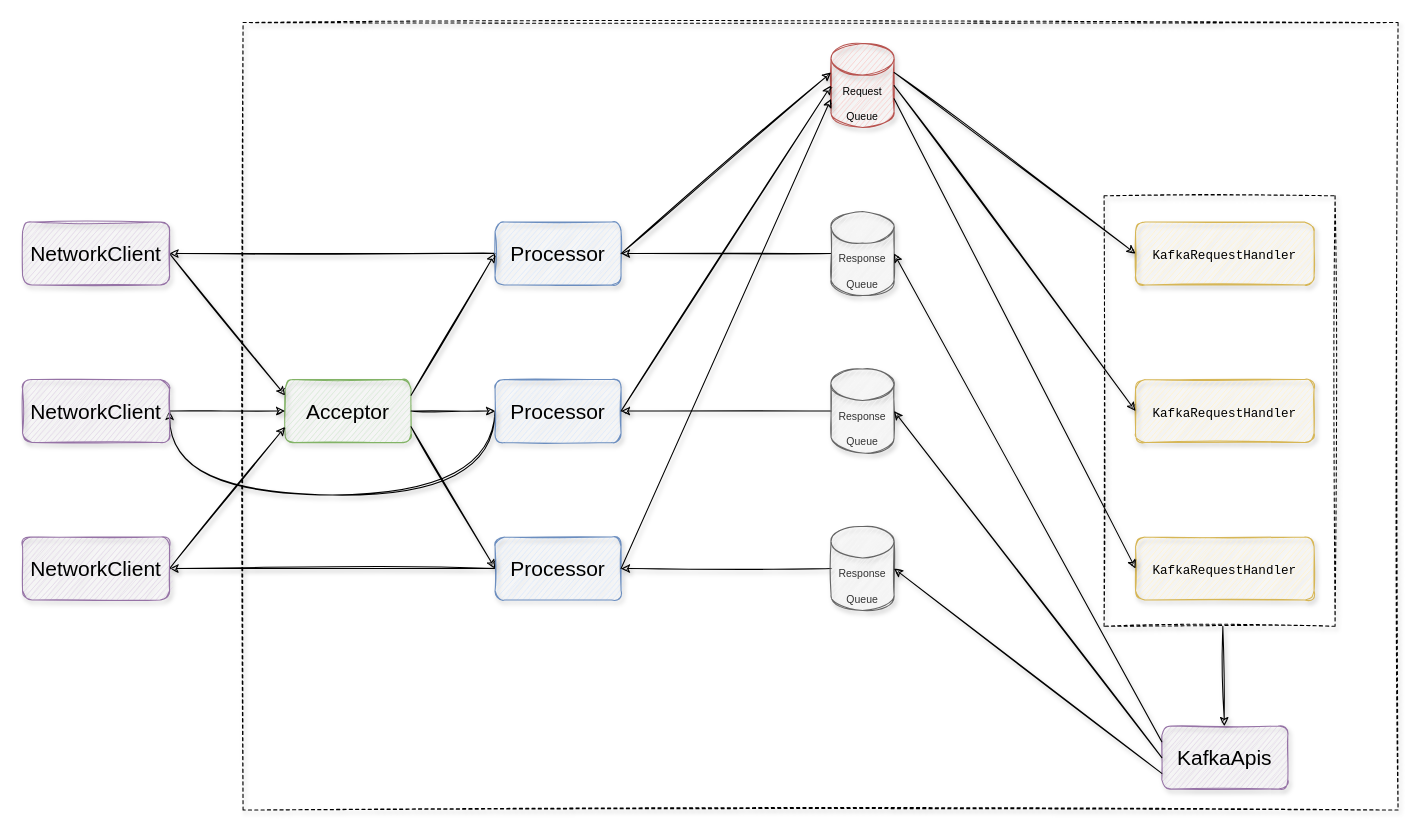
Earlier version of the draw.io diagram page "网络处理模型" (4 of 6) of insight/Kafka.drawio (chuyuqiao/awesome-kafka). Source tidied: cells renumbered, new cells numbered last; positions are measured from the earlier drawing's top-left corner, leaving out a move shared by most shapes. Both pictures are drawn from the tidied source at 105%, with x=0, y=0 at pixel (22, 22).
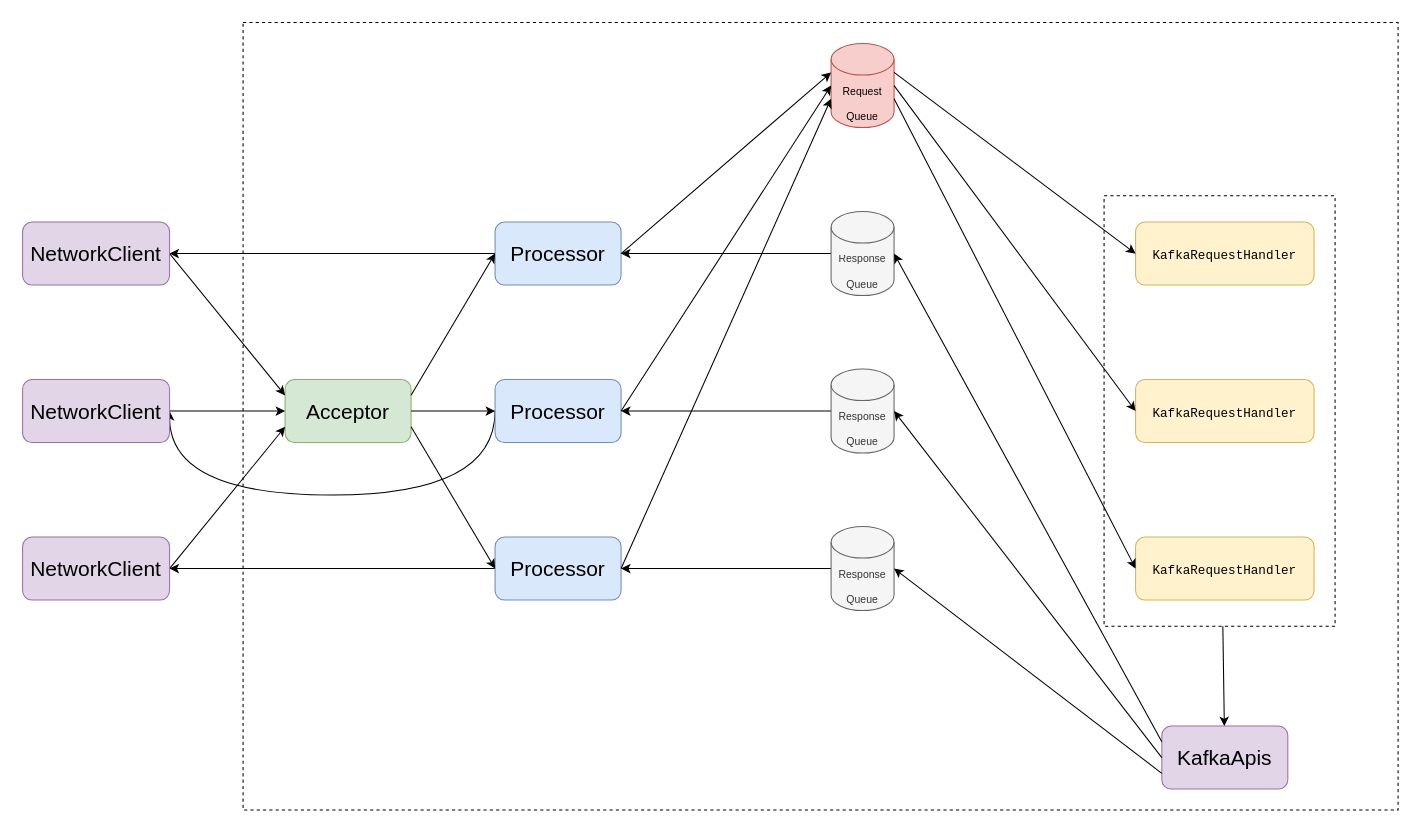
The same diagram, later.

What changed in the source:
```diff
@@
-    <mxCell id="2" style="rounded=0;whiteSpace=wrap;html=1;shadow=1;strokeColor=#000000;fillColor=none;fontSize=20;dashed=1;sketch=1;" parent="1" vertex="1">
+    <mxCell id="2" style="rounded=0;whiteSpace=wrap;html=1;shadow=0;strokeColor=#000000;fillColor=none;fontSize=20;dashed=1;sketch=0;" parent="1" vertex="1">
       <mxGeometry x="210" width="1100" height="750" as="geometry" />
     </mxCell>
-    <mxCell id="3" value="Acceptor" style="rounded=1;whiteSpace=wrap;html=1;shadow=1;strokeColor=#82b366;fillColor=#d5e8d4;fontSize=20;sketch=1;" parent="1" vertex="1">
+    <mxCell id="3" value="Acceptor" style="rounded=1;whiteSpace=wrap;html=1;shadow=0;strokeColor=#82b366;fillColor=#d5e8d4;fontSize=20;sketch=0;" parent="1" vertex="1">
       <mxGeometry x="250" y="340" width="120" height="60" as="geometry" />
     </mxCell>
-    <mxCell id="4" style="edgeStyle=orthogonalEdgeStyle;rounded=0;sketch=1;jettySize=auto;html=1;exitX=0;exitY=0.5;exitDx=0;exitDy=0;entryX=1;entryY=0.5;entryDx=0;entryDy=0;shadow=1;fontSize=20;curved=1;" parent="1" edge="1" source="5" target="38">
+    <mxCell id="4" style="edgeStyle=orthogonalEdgeStyle;rounded=0;sketch=0;jettySize=auto;html=1;exitX=0;exitY=0.5;exitDx=0;exitDy=0;entryX=1;entryY=0.5;entryDx=0;entryDy=0;shadow=0;fontSize=20;curved=1;" parent="1" edge="1" source="5" target="38">
       <mxGeometry relative="1" as="geometry">
         <Array as="points">
           <mxPoint x="450" y="450" />
           <mxPoint x="140" y="450" />
         </Array>
       </mxGeometry>
     </mxCell>
-    <mxCell id="5" value="&lt;span&gt;Processor&lt;/span&gt;" style="whiteSpace=wrap;html=1;rounded=1;shadow=1;fontSize=20;strokeColor=#6c8ebf;fillColor=#dae8fc;sketch=1;" parent="1" vertex="1">
+    <mxCell id="5" value="&lt;span&gt;Processor&lt;/span&gt;" style="whiteSpace=wrap;html=1;rounded=1;shadow=0;fontSize=20;strokeColor=#6c8ebf;fillColor=#dae8fc;sketch=0;" parent="1" vertex="1">
       <mxGeometry x="450" y="340" width="120" height="60" as="geometry" />
     </mxCell>
-    <mxCell id="6" style="edgeStyle=none;rounded=0;sketch=1;jettySize=auto;html=1;shadow=1;fontSize=20;" parent="1" edge="1" source="3" target="5">
+    <mxCell id="6" style="edgeStyle=none;rounded=0;sketch=0;jettySize=auto;html=1;shadow=0;fontSize=20;" parent="1" edge="1" source="3" target="5">
       <mxGeometry x="260" y="190" as="geometry" />
     </mxCell>
-    <mxCell id="7" style="edgeStyle=orthogonalEdgeStyle;rounded=0;sketch=1;jettySize=auto;html=1;exitX=0;exitY=0.5;exitDx=0;exitDy=0;shadow=1;fontSize=20;curved=1;" parent="1" edge="1" source="8" target="36">
+    <mxCell id="7" style="edgeStyle=orthogonalEdgeStyle;rounded=0;sketch=0;jettySize=auto;html=1;exitX=0;exitY=0.5;exitDx=0;exitDy=0;shadow=0;fontSize=20;curved=1;" parent="1" edge="1" source="8" target="36">
       <mxGeometry relative="1" as="geometry" />
     </mxCell>
-    <mxCell id="8" value="Processor" style="whiteSpace=wrap;html=1;rounded=1;shadow=1;fontSize=20;strokeColor=#6c8ebf;fillColor=#dae8fc;sketch=1;" parent="1" vertex="1">
+    <mxCell id="8" value="Processor" style="whiteSpace=wrap;html=1;rounded=1;shadow=0;fontSize=20;strokeColor=#6c8ebf;fillColor=#dae8fc;sketch=0;" parent="1" vertex="1">
       <mxGeometry x="450" y="190" width="120" height="60" as="geometry" />
     </mxCell>
-    <mxCell id="9" style="edgeStyle=none;rounded=0;sketch=1;jettySize=auto;html=1;exitX=1;exitY=0.25;exitDx=0;exitDy=0;entryX=0;entryY=0.5;entryDx=0;entryDy=0;shadow=1;fontSize=20;" parent="1" edge="1" source="3" target="8">
+    <mxCell id="9" style="edgeStyle=none;rounded=0;sketch=0;jettySize=auto;html=1;exitX=1;exitY=0.25;exitDx=0;exitDy=0;entryX=0;entryY=0.5;entryDx=0;entryDy=0;shadow=0;fontSize=20;" parent="1" edge="1" source="3" target="8">
       <mxGeometry x="260" y="190" as="geometry" />
     </mxCell>
-    <mxCell id="10" style="edgeStyle=none;rounded=0;sketch=1;jettySize=auto;html=1;exitX=0;exitY=0.5;exitDx=0;exitDy=0;shadow=1;fontSize=20;" parent="1" edge="1" source="11" target="40">
+    <mxCell id="10" style="edgeStyle=none;rounded=0;sketch=0;jettySize=auto;html=1;exitX=0;exitY=0.5;exitDx=0;exitDy=0;shadow=0;fontSize=20;" parent="1" edge="1" source="11" target="40">
       <mxGeometry relative="1" as="geometry" />
     </mxCell>
-    <mxCell id="11" value="&lt;span&gt;Processor&lt;/span&gt;" style="whiteSpace=wrap;html=1;rounded=1;shadow=1;fontSize=20;strokeColor=#6c8ebf;fillColor=#dae8fc;sketch=1;" parent="1" vertex="1">
+    <mxCell id="11" value="&lt;span&gt;Processor&lt;/span&gt;" style="whiteSpace=wrap;html=1;rounded=1;shadow=0;fontSize=20;strokeColor=#6c8ebf;fillColor=#dae8fc;sketch=0;" parent="1" vertex="1">
       <mxGeometry x="450" y="490" width="120" height="60" as="geometry" />
     </mxCell>
-    <mxCell id="12" style="edgeStyle=none;rounded=0;sketch=1;jettySize=auto;html=1;exitX=1;exitY=0.75;exitDx=0;exitDy=0;entryX=0;entryY=0.5;entryDx=0;entryDy=0;shadow=1;fontSize=20;" parent="1" edge="1" source="3" target="11">
+    <mxCell id="12" style="edgeStyle=none;rounded=0;sketch=0;jettySize=auto;html=1;exitX=1;exitY=0.75;exitDx=0;exitDy=0;entryX=0;entryY=0.5;entryDx=0;entryDy=0;shadow=0;fontSize=20;" parent="1" edge="1" source="3" target="11">
       <mxGeometry x="260" y="190" as="geometry" />
     </mxCell>
-    <mxCell id="13" value="&lt;font style=&quot;font-size: 10px&quot;&gt;Request&lt;br&gt;Queue&lt;/font&gt;" style="shape=cylinder3;whiteSpace=wrap;html=1;boundedLbl=1;backgroundOutline=1;size=15;rounded=0;shadow=1;strokeColor=#b85450;fillColor=#f8cecc;fontSize=20;sketch=1;" parent="1" vertex="1">
+    <mxCell id="13" value="&lt;font style=&quot;font-size: 10px&quot;&gt;Request&lt;br&gt;Queue&lt;/font&gt;" style="shape=cylinder3;whiteSpace=wrap;html=1;boundedLbl=1;backgroundOutline=1;size=15;rounded=0;shadow=0;strokeColor=#b85450;fillColor=#f8cecc;fontSize=20;sketch=0;" parent="1" vertex="1">
       <mxGeometry x="770" y="20" width="60" height="80" as="geometry" />
     </mxCell>
-    <mxCell id="14" style="edgeStyle=none;rounded=0;sketch=1;jettySize=auto;html=1;exitX=1;exitY=0.5;exitDx=0;exitDy=0;entryX=0;entryY=0.5;entryDx=0;entryDy=0;entryPerimeter=0;shadow=1;fontSize=20;" parent="1" edge="1" source="5" target="13">
+    <mxCell id="14" style="edgeStyle=none;rounded=0;sketch=0;jettySize=auto;html=1;exitX=1;exitY=0.5;exitDx=0;exitDy=0;entryX=0;entryY=0.5;entryDx=0;entryDy=0;entryPerimeter=0;shadow=0;fontSize=20;" parent="1" edge="1" source="5" target="13">
       <mxGeometry x="260" y="190" as="geometry" />
     </mxCell>
-    <mxCell id="15" style="edgeStyle=none;rounded=0;sketch=1;jettySize=auto;html=1;exitX=1;exitY=0.5;exitDx=0;exitDy=0;entryX=0;entryY=0;entryDx=0;entryDy=27.5;entryPerimeter=0;shadow=1;fontSize=20;" parent="1" edge="1" source="8" target="13">
+    <mxCell id="15" style="edgeStyle=none;rounded=0;sketch=0;jettySize=auto;html=1;exitX=1;exitY=0.5;exitDx=0;exitDy=0;entryX=0;entryY=0;entryDx=0;entryDy=27.5;entryPerimeter=0;shadow=0;fontSize=20;" parent="1" edge="1" source="8" target="13">
       <mxGeometry x="260" y="190" as="geometry" />
     </mxCell>
-    <mxCell id="16" style="edgeStyle=none;rounded=0;sketch=1;jettySize=auto;html=1;exitX=1;exitY=0.5;exitDx=0;exitDy=0;shadow=1;fontSize=20;entryX=0;entryY=0;entryDx=0;entryDy=52.5;entryPerimeter=0;" parent="1" edge="1" source="11" target="13">
+    <mxCell id="16" style="edgeStyle=none;rounded=0;sketch=0;jettySize=auto;html=1;exitX=1;exitY=0.5;exitDx=0;exitDy=0;shadow=0;fontSize=20;entryX=0;entryY=0;entryDx=0;entryDy=52.5;entryPerimeter=0;" parent="1" edge="1" source="11" target="13">
       <mxGeometry x="260" y="190" as="geometry" />
     </mxCell>
-    <mxCell id="17" value="&lt;pre style=&quot;color: rgb(8 , 8 , 8) ; font-family: &amp;#34;jetbrains mono&amp;#34; , monospace&quot;&gt;&lt;span style=&quot;color: rgb(0 , 0 , 0)&quot;&gt;&lt;font style=&quot;font-size: 12px&quot;&gt;KafkaRequestHandler&lt;/font&gt;&lt;/span&gt;&lt;/pre&gt;" style="rounded=1;whiteSpace=wrap;html=1;shadow=1;strokeColor=#d6b656;fillColor=#fff2cc;fontSize=20;sketch=1;" parent="1" vertex="1">
+    <mxCell id="17" value="&lt;pre style=&quot;color: rgb(8 , 8 , 8) ; font-family: &amp;#34;jetbrains mono&amp;#34; , monospace&quot;&gt;&lt;span style=&quot;color: rgb(0 , 0 , 0)&quot;&gt;&lt;font style=&quot;font-size: 12px&quot;&gt;KafkaRequestHandler&lt;/font&gt;&lt;/span&gt;&lt;/pre&gt;" style="rounded=1;whiteSpace=wrap;html=1;shadow=0;strokeColor=#d6b656;fillColor=#fff2cc;fontSize=20;sketch=0;" parent="1" vertex="1">
       <mxGeometry x="1060" y="190" width="170" height="60" as="geometry" />
     </mxCell>
-    <mxCell id="18" style="edgeStyle=none;rounded=0;sketch=1;jettySize=auto;html=1;exitX=1;exitY=0;exitDx=0;exitDy=27.5;exitPerimeter=0;entryX=0;entryY=0.5;entryDx=0;entryDy=0;shadow=1;fontSize=20;" parent="1" edge="1" source="13" target="17">
+    <mxCell id="18" style="edgeStyle=none;rounded=0;sketch=0;jettySize=auto;html=1;exitX=1;exitY=0;exitDx=0;exitDy=27.5;exitPerimeter=0;entryX=0;entryY=0.5;entryDx=0;entryDy=0;shadow=0;fontSize=20;" parent="1" edge="1" source="13" target="17">
       <mxGeometry x="260" y="190" as="geometry" />
     </mxCell>
-    <mxCell id="19" value="&lt;pre style=&quot;color: rgb(8 , 8 , 8) ; font-family: &amp;#34;jetbrains mono&amp;#34; , monospace&quot;&gt;&lt;span style=&quot;color: rgb(0 , 0 , 0)&quot;&gt;&lt;font style=&quot;font-size: 12px&quot;&gt;KafkaRequestHandler&lt;/font&gt;&lt;/span&gt;&lt;/pre&gt;" style="rounded=1;whiteSpace=wrap;html=1;shadow=1;strokeColor=#d6b656;fillColor=#fff2cc;fontSize=20;sketch=1;" parent="1" vertex="1">
+    <mxCell id="19" value="&lt;pre style=&quot;color: rgb(8 , 8 , 8) ; font-family: &amp;#34;jetbrains mono&amp;#34; , monospace&quot;&gt;&lt;span style=&quot;color: rgb(0 , 0 , 0)&quot;&gt;&lt;font style=&quot;font-size: 12px&quot;&gt;KafkaRequestHandler&lt;/font&gt;&lt;/span&gt;&lt;/pre&gt;" style="rounded=1;whiteSpace=wrap;html=1;shadow=0;strokeColor=#d6b656;fillColor=#fff2cc;fontSize=20;sketch=0;" parent="1" vertex="1">
       <mxGeometry x="1060" y="340" width="170" height="60" as="geometry" />
     </mxCell>
-    <mxCell id="20" style="edgeStyle=none;rounded=0;sketch=1;jettySize=auto;html=1;exitX=1;exitY=0.5;exitDx=0;exitDy=0;exitPerimeter=0;entryX=0;entryY=0.5;entryDx=0;entryDy=0;shadow=1;fontSize=20;" parent="1" edge="1" source="13" target="19">
+    <mxCell id="20" style="edgeStyle=none;rounded=0;sketch=0;jettySize=auto;html=1;exitX=1;exitY=0.5;exitDx=0;exitDy=0;exitPerimeter=0;entryX=0;entryY=0.5;entryDx=0;entryDy=0;shadow=0;fontSize=20;" parent="1" edge="1" source="13" target="19">
       <mxGeometry x="260" y="190" as="geometry" />
     </mxCell>
-    <mxCell id="21" value="&lt;pre style=&quot;color: rgb(8 , 8 , 8) ; font-family: &amp;#34;jetbrains mono&amp;#34; , monospace&quot;&gt;&lt;span style=&quot;color: rgb(0 , 0 , 0)&quot;&gt;&lt;font style=&quot;font-size: 12px&quot;&gt;KafkaRequestHandler&lt;/font&gt;&lt;/span&gt;&lt;/pre&gt;" style="rounded=1;whiteSpace=wrap;html=1;shadow=1;strokeColor=#d6b656;fillColor=#fff2cc;fontSize=20;sketch=1;" parent="1" vertex="1">
+    <mxCell id="21" value="&lt;pre style=&quot;color: rgb(8 , 8 , 8) ; font-family: &amp;#34;jetbrains mono&amp;#34; , monospace&quot;&gt;&lt;span style=&quot;color: rgb(0 , 0 , 0)&quot;&gt;&lt;font style=&quot;font-size: 12px&quot;&gt;KafkaRequestHandler&lt;/font&gt;&lt;/span&gt;&lt;/pre&gt;" style="rounded=1;whiteSpace=wrap;html=1;shadow=0;strokeColor=#d6b656;fillColor=#fff2cc;fontSize=20;sketch=0;" parent="1" vertex="1">
       <mxGeometry x="1060" y="490" width="170" height="60" as="geometry" />
     </mxCell>
-    <mxCell id="22" style="edgeStyle=none;rounded=0;sketch=1;jettySize=auto;html=1;exitX=1;exitY=0;exitDx=0;exitDy=52.5;exitPerimeter=0;entryX=0;entryY=0.5;entryDx=0;entryDy=0;shadow=1;fontSize=20;" parent="1" edge="1" source="13" target="21">
+    <mxCell id="22" style="edgeStyle=none;rounded=0;sketch=0;jettySize=auto;html=1;exitX=1;exitY=0;exitDx=0;exitDy=52.5;exitPerimeter=0;entryX=0;entryY=0.5;entryDx=0;entryDy=0;shadow=0;fontSize=20;" parent="1" edge="1" source="13" target="21">
       <mxGeometry x="260" y="190" as="geometry" />
     </mxCell>
-    <mxCell id="23" style="rounded=0;whiteSpace=wrap;html=1;shadow=1;strokeColor=#000000;fillColor=none;fontSize=20;dashed=1;sketch=1;" parent="1" vertex="1">
+    <mxCell id="23" style="rounded=0;whiteSpace=wrap;html=1;shadow=0;strokeColor=#000000;fillColor=none;fontSize=20;dashed=1;sketch=0;" parent="1" vertex="1">
       <mxGeometry x="1030" y="165" width="220" height="410" as="geometry" />
     </mxCell>
-    <mxCell id="24" value="KafkaApis" style="rounded=1;whiteSpace=wrap;html=1;shadow=1;strokeColor=#9673a6;fillColor=#e1d5e7;fontSize=20;sketch=1;" parent="1" vertex="1">
+    <mxCell id="24" value="KafkaApis" style="rounded=1;whiteSpace=wrap;html=1;shadow=0;strokeColor=#9673a6;fillColor=#e1d5e7;fontSize=20;sketch=0;" parent="1" vertex="1">
       <mxGeometry x="1085" y="670" width="120" height="60" as="geometry" />
     </mxCell>
-    <mxCell id="25" style="edgeStyle=none;rounded=0;sketch=1;jettySize=auto;html=1;shadow=1;fontSize=20;" parent="1" edge="1" source="23" target="24">
+    <mxCell id="25" style="edgeStyle=none;rounded=0;sketch=0;jettySize=auto;html=1;shadow=0;fontSize=20;" parent="1" edge="1" source="23" target="24">
       <mxGeometry x="260" y="190" as="geometry" />
     </mxCell>
-    <mxCell id="26" style="edgeStyle=none;rounded=0;sketch=1;jettySize=auto;html=1;exitX=0;exitY=0.5;exitDx=0;exitDy=0;exitPerimeter=0;entryX=1;entryY=0.5;entryDx=0;entryDy=0;shadow=1;fontSize=20;" parent="1" edge="1" source="27" target="8">
+    <mxCell id="26" style="edgeStyle=none;rounded=0;sketch=0;jettySize=auto;html=1;exitX=0;exitY=0.5;exitDx=0;exitDy=0;exitPerimeter=0;entryX=1;entryY=0.5;entryDx=0;entryDy=0;shadow=0;fontSize=20;" parent="1" edge="1" source="27" target="8">
       <mxGeometry x="260" y="190" as="geometry" />
     </mxCell>
-    <mxCell id="27" value="&lt;font style=&quot;font-size: 10px&quot;&gt;Response&lt;br&gt;Queue&lt;/font&gt;" style="shape=cylinder3;whiteSpace=wrap;html=1;boundedLbl=1;backgroundOutline=1;size=15;rounded=0;shadow=1;strokeColor=#666666;fillColor=#f5f5f5;fontSize=20;fontColor=#333333;sketch=1;" parent="1" vertex="1">
+    <mxCell id="27" value="&lt;font style=&quot;font-size: 10px&quot;&gt;Response&lt;br&gt;Queue&lt;/font&gt;" style="shape=cylinder3;whiteSpace=wrap;html=1;boundedLbl=1;backgroundOutline=1;size=15;rounded=0;shadow=0;strokeColor=#666666;fillColor=#f5f5f5;fontSize=20;fontColor=#333333;sketch=0;" parent="1" vertex="1">
       <mxGeometry x="770" y="180" width="60" height="80" as="geometry" />
     </mxCell>
-    <mxCell id="28" style="edgeStyle=none;rounded=0;sketch=1;jettySize=auto;html=1;exitX=0;exitY=0.25;exitDx=0;exitDy=0;entryX=1;entryY=0.5;entryDx=0;entryDy=0;entryPerimeter=0;shadow=1;fontSize=20;" parent="1" edge="1" source="24" target="27">
+    <mxCell id="28" style="edgeStyle=none;rounded=0;sketch=0;jettySize=auto;html=1;exitX=0;exitY=0.25;exitDx=0;exitDy=0;entryX=1;entryY=0.5;entryDx=0;entryDy=0;entryPerimeter=0;shadow=0;fontSize=20;" parent="1" edge="1" source="24" target="27">
       <mxGeometry x="260" y="190" as="geometry" />
     </mxCell>
-    <mxCell id="29" style="edgeStyle=none;rounded=0;sketch=1;jettySize=auto;html=1;exitX=0;exitY=0.5;exitDx=0;exitDy=0;exitPerimeter=0;entryX=1;entryY=0.5;entryDx=0;entryDy=0;shadow=1;fontSize=20;" parent="1" edge="1" source="30" target="5">
+    <mxCell id="29" style="edgeStyle=none;rounded=0;sketch=0;jettySize=auto;html=1;exitX=0;exitY=0.5;exitDx=0;exitDy=0;exitPerimeter=0;entryX=1;entryY=0.5;entryDx=0;entryDy=0;shadow=0;fontSize=20;" parent="1" edge="1" source="30" target="5">
       <mxGeometry x="260" y="190" as="geometry" />
     </mxCell>
-    <mxCell id="30" value="&lt;span style=&quot;font-size: 10px&quot;&gt;Response&lt;/span&gt;&lt;br style=&quot;font-size: 10px&quot;&gt;&lt;span style=&quot;font-size: 10px&quot;&gt;Queue&lt;/span&gt;" style="shape=cylinder3;whiteSpace=wrap;html=1;boundedLbl=1;backgroundOutline=1;size=15;rounded=0;shadow=1;strokeColor=#666666;fillColor=#f5f5f5;fontSize=20;fontColor=#333333;sketch=1;" parent="1" vertex="1">
+    <mxCell id="30" value="&lt;span style=&quot;font-size: 10px&quot;&gt;Response&lt;/span&gt;&lt;br style=&quot;font-size: 10px&quot;&gt;&lt;span style=&quot;font-size: 10px&quot;&gt;Queue&lt;/span&gt;" style="shape=cylinder3;whiteSpace=wrap;html=1;boundedLbl=1;backgroundOutline=1;size=15;rounded=0;shadow=0;strokeColor=#666666;fillColor=#f5f5f5;fontSize=20;fontColor=#333333;sketch=0;" parent="1" vertex="1">
       <mxGeometry x="770" y="330" width="60" height="80" as="geometry" />
     </mxCell>
-    <mxCell id="31" style="edgeStyle=none;rounded=0;sketch=1;jettySize=auto;html=1;exitX=0;exitY=0.5;exitDx=0;exitDy=0;entryX=1;entryY=0.5;entryDx=0;entryDy=0;entryPerimeter=0;shadow=1;fontSize=20;" parent="1" edge="1" source="24" target="30">
+    <mxCell id="31" style="edgeStyle=none;rounded=0;sketch=0;jettySize=auto;html=1;exitX=0;exitY=0.5;exitDx=0;exitDy=0;entryX=1;entryY=0.5;entryDx=0;entryDy=0;entryPerimeter=0;shadow=0;fontSize=20;" parent="1" edge="1" source="24" target="30">
       <mxGeometry x="260" y="190" as="geometry" />
     </mxCell>
-    <mxCell id="32" style="edgeStyle=none;rounded=0;sketch=1;jettySize=auto;html=1;exitX=0;exitY=0.5;exitDx=0;exitDy=0;exitPerimeter=0;shadow=1;fontSize=20;" parent="1" edge="1" source="33" target="11">
+    <mxCell id="32" style="edgeStyle=none;rounded=0;sketch=0;jettySize=auto;html=1;exitX=0;exitY=0.5;exitDx=0;exitDy=0;exitPerimeter=0;shadow=0;fontSize=20;" parent="1" edge="1" source="33" target="11">
       <mxGeometry x="260" y="190" as="geometry" />
     </mxCell>
-    <mxCell id="33" value="&lt;span style=&quot;font-size: 10px&quot;&gt;Response&lt;/span&gt;&lt;br style=&quot;font-size: 10px&quot;&gt;&lt;span style=&quot;font-size: 10px&quot;&gt;Queue&lt;/span&gt;" style="shape=cylinder3;whiteSpace=wrap;html=1;boundedLbl=1;backgroundOutline=1;size=15;rounded=0;shadow=1;strokeColor=#666666;fillColor=#f5f5f5;fontSize=20;fontColor=#333333;sketch=1;" parent="1" vertex="1">
+    <mxCell id="33" value="&lt;span style=&quot;font-size: 10px&quot;&gt;Response&lt;/span&gt;&lt;br style=&quot;font-size: 10px&quot;&gt;&lt;span style=&quot;font-size: 10px&quot;&gt;Queue&lt;/span&gt;" style="shape=cylinder3;whiteSpace=wrap;html=1;boundedLbl=1;backgroundOutline=1;size=15;rounded=0;shadow=0;strokeColor=#666666;fillColor=#f5f5f5;fontSize=20;fontColor=#333333;sketch=0;" parent="1" vertex="1">
       <mxGeometry x="770" y="480" width="60" height="80" as="geometry" />
     </mxCell>
-    <mxCell id="34" style="edgeStyle=none;rounded=0;sketch=1;jettySize=auto;html=1;exitX=0;exitY=0.75;exitDx=0;exitDy=0;entryX=1;entryY=0.5;entryDx=0;entryDy=0;entryPerimeter=0;shadow=1;fontSize=20;" parent="1" edge="1" source="24" target="33">
+    <mxCell id="34" style="edgeStyle=none;rounded=0;sketch=0;jettySize=auto;html=1;exitX=0;exitY=0.75;exitDx=0;exitDy=0;entryX=1;entryY=0.5;entryDx=0;entryDy=0;entryPerimeter=0;shadow=0;fontSize=20;" parent="1" edge="1" source="24" target="33">
       <mxGeometry x="260" y="190" as="geometry" />
     </mxCell>
-    <mxCell id="35" style="edgeStyle=none;rounded=0;sketch=1;jettySize=auto;html=1;exitX=1;exitY=0.5;exitDx=0;exitDy=0;entryX=0;entryY=0.25;entryDx=0;entryDy=0;shadow=1;fontSize=20;" parent="1" edge="1" source="36" target="3">
+    <mxCell id="35" style="edgeStyle=none;rounded=0;sketch=0;jettySize=auto;html=1;exitX=1;exitY=0.5;exitDx=0;exitDy=0;entryX=0;entryY=0.25;entryDx=0;entryDy=0;shadow=0;fontSize=20;" parent="1" edge="1" source="36" target="3">
       <mxGeometry relative="1" as="geometry" />
     </mxCell>
-    <mxCell id="36" value="NetworkClient" style="rounded=1;whiteSpace=wrap;html=1;shadow=1;strokeColor=#9673a6;fillColor=#e1d5e7;fontSize=20;sketch=1;" parent="1" vertex="1">
+    <mxCell id="36" value="NetworkClient" style="rounded=1;whiteSpace=wrap;html=1;shadow=0;strokeColor=#9673a6;fillColor=#e1d5e7;fontSize=20;sketch=0;" parent="1" vertex="1">
       <mxGeometry y="190" width="140" height="60" as="geometry" />
     </mxCell>
-    <mxCell id="37" style="edgeStyle=none;rounded=0;sketch=1;jettySize=auto;html=1;exitX=1;exitY=0.5;exitDx=0;exitDy=0;entryX=0;entryY=0.5;entryDx=0;entryDy=0;shadow=1;fontSize=20;" parent="1" edge="1" source="38" target="3">
+    <mxCell id="37" style="edgeStyle=none;rounded=0;sketch=0;jettySize=auto;html=1;exitX=1;exitY=0.5;exitDx=0;exitDy=0;entryX=0;entryY=0.5;entryDx=0;entryDy=0;shadow=0;fontSize=20;" parent="1" edge="1" source="38" target="3">
       <mxGeometry relative="1" as="geometry" />
     </mxCell>
-    <mxCell id="38" value="NetworkClient" style="rounded=1;whiteSpace=wrap;html=1;shadow=1;strokeColor=#9673a6;fillColor=#e1d5e7;fontSize=20;sketch=1;" parent="1" vertex="1">
+    <mxCell id="38" value="NetworkClient" style="rounded=1;whiteSpace=wrap;html=1;shadow=0;strokeColor=#9673a6;fillColor=#e1d5e7;fontSize=20;sketch=0;" parent="1" vertex="1">
       <mxGeometry y="340" width="140" height="60" as="geometry" />
     </mxCell>
-    <mxCell id="39" style="edgeStyle=none;rounded=0;sketch=1;jettySize=auto;html=1;exitX=1;exitY=0.5;exitDx=0;exitDy=0;entryX=0;entryY=0.75;entryDx=0;entryDy=0;shadow=1;fontSize=20;" parent="1" edge="1" source="40" target="3">
+    <mxCell id="39" style="edgeStyle=none;rounded=0;sketch=0;jettySize=auto;html=1;exitX=1;exitY=0.5;exitDx=0;exitDy=0;entryX=0;entryY=0.75;entryDx=0;entryDy=0;shadow=0;fontSize=20;" parent="1" edge="1" source="40" target="3">
       <mxGeometry relative="1" as="geometry" />
     </mxCell>
-    <mxCell id="40" value="NetworkClient" style="rounded=1;whiteSpace=wrap;html=1;shadow=1;strokeColor=#9673a6;fillColor=#e1d5e7;fontSize=20;sketch=1;" parent="1" vertex="1">
+    <mxCell id="40" value="NetworkClient" style="rounded=1;whiteSpace=wrap;html=1;shadow=0;strokeColor=#9673a6;fillColor=#e1d5e7;fontSize=20;sketch=0;" parent="1" vertex="1">
       <mxGeometry y="490" width="140" height="60" as="geometry" />
     </mxCell>
```
